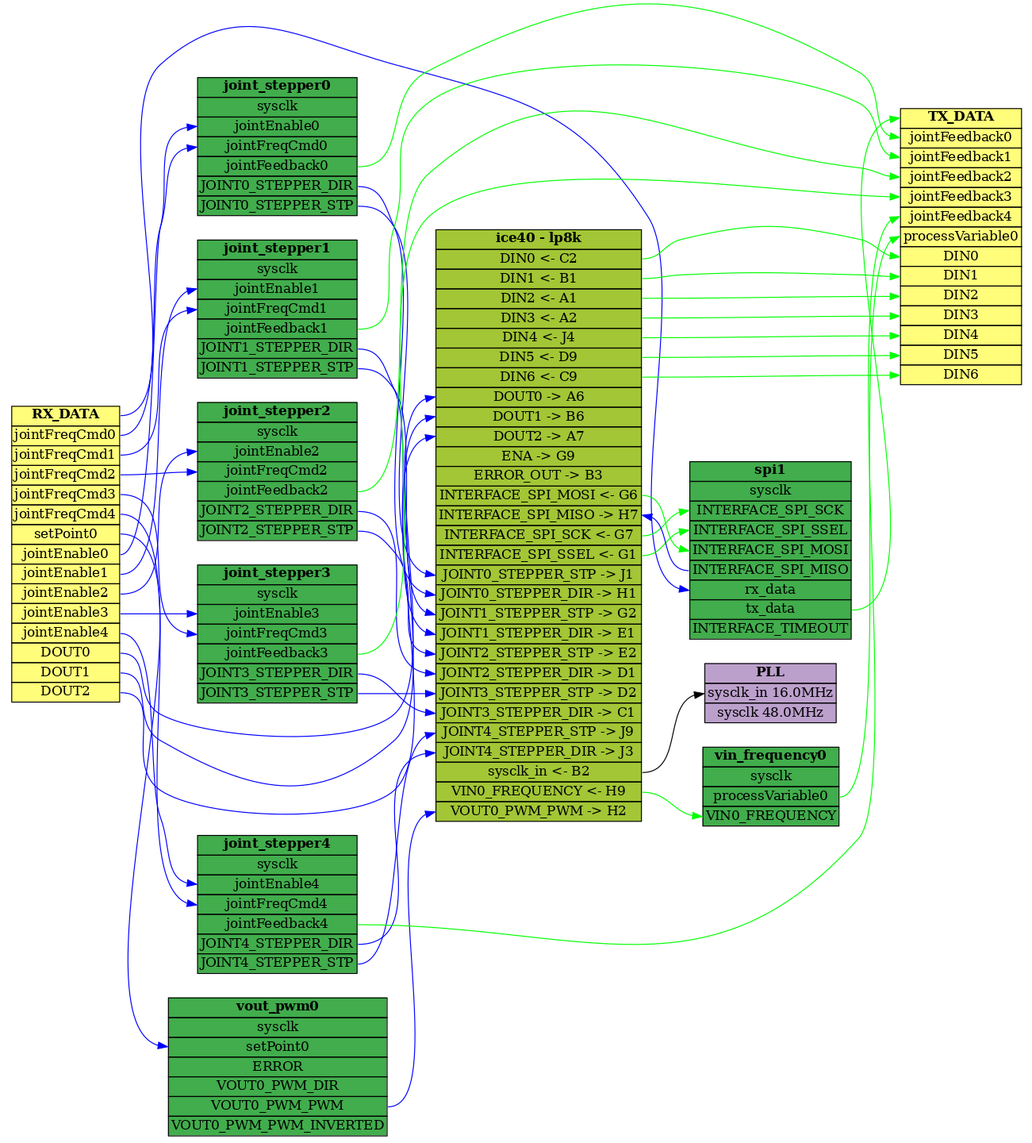
Before: Output/TinyFPGA-BX_BOB/doc/flowchart.png, a diagram exported from Graphviz (multigcs/LinuxCNC-RIO). Its source is kept beside it as Output/TinyFPGA-BX_BOB/doc/flowchart.gv.
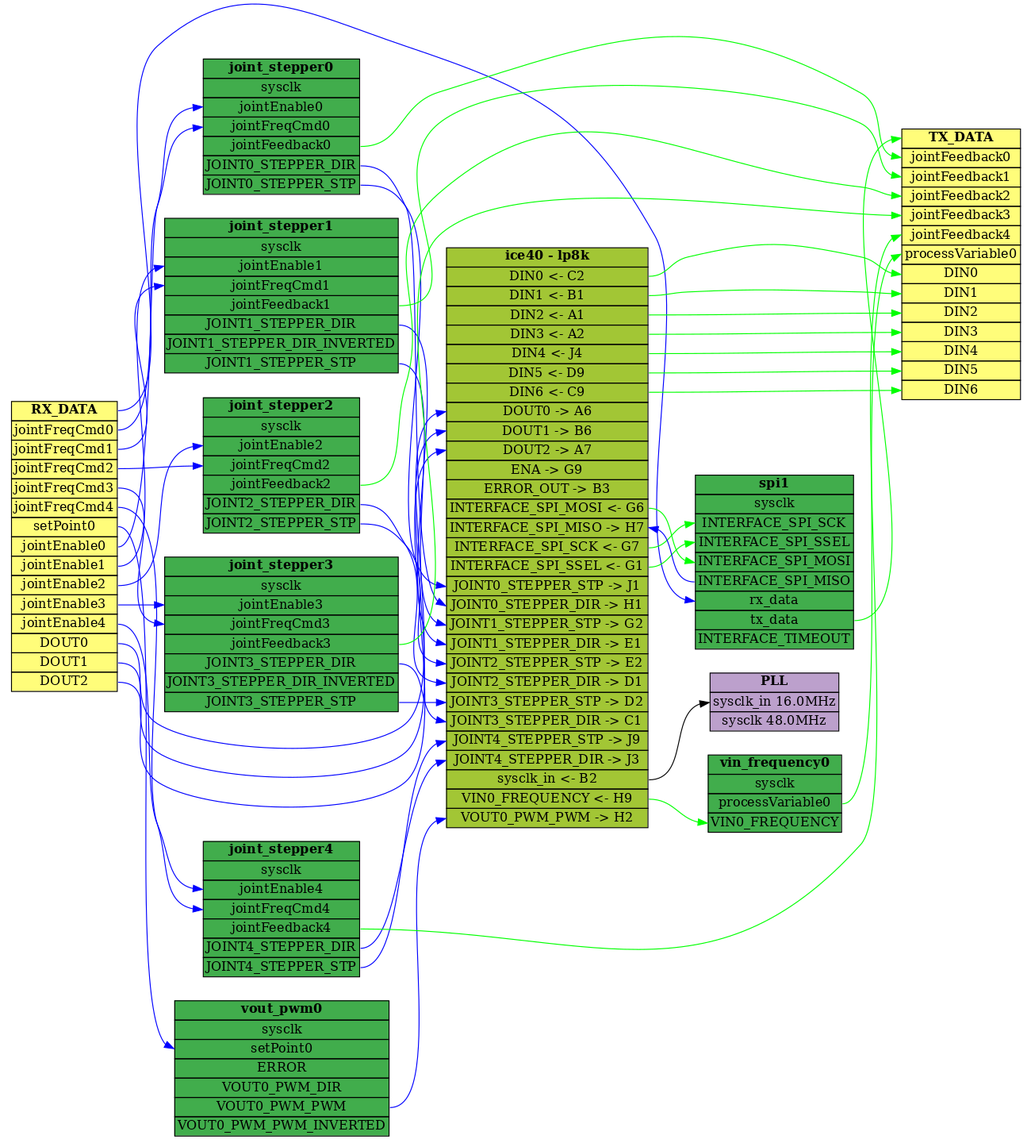
Later version of the same file.

What changed in the source:
```diff
@@ -86,9 +86,9 @@
 	joint_stepper4:JOINT4_STEPPER_STP -> pins:JOINT4_STEPPER_STP [color=blue]
 	joint_stepper4 [label=joint_stepper4]
 	joint_stepper0 [label=<<TABLE bgcolor="#41ad4c" BORDER="0" CELLBORDER="1" CELLSPACING="0"><TR><TD><B>joint_stepper0</B></TD></TR><TR><TD PORT="sysclk">sysclk</TD></TR><TR><TD PORT="jointEnable0">jointEnable0</TD></TR><TR><TD PORT="jointFreqCmd0">jointFreqCmd0</TD></TR><TR><TD PORT="jointFeedback0">jointFeedback0</TD></TR><TR><TD PORT="JOINT0_STEPPER_DIR">JOINT0_STEPPER_DIR</TD></TR><TR><TD PORT="JOINT0_STEPPER_STP">JOINT0_STEPPER_STP</TD></TR></TABLE>>]
-	joint_stepper1 [label=<<TABLE bgcolor="#41ad4c" BORDER="0" CELLBORDER="1" CELLSPACING="0"><TR><TD><B>joint_stepper1</B></TD></TR><TR><TD PORT="sysclk">sysclk</TD></TR><TR><TD PORT="jointEnable1">jointEnable1</TD></TR><TR><TD PORT="jointFreqCmd1">jointFreqCmd1</TD></TR><TR><TD PORT="jointFeedback1">jointFeedback1</TD></TR><TR><TD PORT="JOINT1_STEPPER_DIR">JOINT1_STEPPER_DIR</TD></TR><TR><TD PORT="JOINT1_STEPPER_STP">JOINT1_STEPPER_STP</TD></TR></TABLE>>]
+	joint_stepper1 [label=<<TABLE bgcolor="#41ad4c" BORDER="0" CELLBORDER="1" CELLSPACING="0"><TR><TD><B>joint_stepper1</B></TD></TR><TR><TD PORT="sysclk">sysclk</TD></TR><TR><TD PORT="jointEnable1">jointEnable1</TD></TR><TR><TD PORT="jointFreqCmd1">jointFreqCmd1</TD></TR><TR><TD PORT="jointFeedback1">jointFeedback1</TD></TR><TR><TD PORT="JOINT1_STEPPER_DIR">JOINT1_STEPPER_DIR</TD></TR><TR><TD PORT="JOINT1_STEPPER_DIR_INVERTED">JOINT1_STEPPER_DIR_INVERTED</TD></TR><TR><TD PORT="JOINT1_STEPPER_STP">JOINT1_STEPPER_STP</TD></TR></TABLE>>]
 	joint_stepper2 [label=<<TABLE bgcolor="#41ad4c" BORDER="0" CELLBORDER="1" CELLSPACING="0"><TR><TD><B>joint_stepper2</B></TD></TR><TR><TD PORT="sysclk">sysclk</TD></TR><TR><TD PORT="jointEnable2">jointEnable2</TD></TR><TR><TD PORT="jointFreqCmd2">jointFreqCmd2</TD></TR><TR><TD PORT="jointFeedback2">jointFeedback2</TD></TR><TR><TD PORT="JOINT2_STEPPER_DIR">JOINT2_STEPPER_DIR</TD></TR><TR><TD PORT="JOINT2_STEPPER_STP">JOINT2_STEPPER_STP</TD></TR></TABLE>>]
-	joint_stepper3 [label=<<TABLE bgcolor="#41ad4c" BORDER="0" CELLBORDER="1" CELLSPACING="0"><TR><TD><B>joint_stepper3</B></TD></TR><TR><TD PORT="sysclk">sysclk</TD></TR><TR><TD PORT="jointEnable3">jointEnable3</TD></TR><TR><TD PORT="jointFreqCmd3">jointFreqCmd3</TD></TR><TR><TD PORT="jointFeedback3">jointFeedback3</TD></TR><TR><TD PORT="JOINT3_STEPPER_DIR">JOINT3_STEPPER_DIR</TD></TR><TR><TD PORT="JOINT3_STEPPER_STP">JOINT3_STEPPER_STP</TD></TR></TABLE>>]
+	joint_stepper3 [label=<<TABLE bgcolor="#41ad4c" BORDER="0" CELLBORDER="1" CELLSPACING="0"><TR><TD><B>joint_stepper3</B></TD></TR><TR><TD PORT="sysclk">sysclk</TD></TR><TR><TD PORT="jointEnable3">jointEnable3</TD></TR><TR><TD PORT="jointFreqCmd3">jointFreqCmd3</TD></TR><TR><TD PORT="jointFeedback3">jointFeedback3</TD></TR><TR><TD PORT="JOINT3_STEPPER_DIR">JOINT3_STEPPER_DIR</TD></TR><TR><TD PORT="JOINT3_STEPPER_DIR_INVERTED">JOINT3_STEPPER_DIR_INVERTED</TD></TR><TR><TD PORT="JOINT3_STEPPER_STP">JOINT3_STEPPER_STP</TD></TR></TABLE>>]
 	joint_stepper4 [label=<<TABLE bgcolor="#41ad4c" BORDER="0" CELLBORDER="1" CELLSPACING="0"><TR><TD><B>joint_stepper4</B></TD></TR><TR><TD PORT="sysclk">sysclk</TD></TR><TR><TD PORT="jointEnable4">jointEnable4</TD></TR><TR><TD PORT="jointFreqCmd4">jointFreqCmd4</TD></TR><TR><TD PORT="jointFeedback4">jointFeedback4</TD></TR><TR><TD PORT="JOINT4_STEPPER_DIR">JOINT4_STEPPER_DIR</TD></TR><TR><TD PORT="JOINT4_STEPPER_STP">JOINT4_STEPPER_STP</TD></TR></TABLE>>]
 	spi1 [label=spi1]
 	pins:INTERFACE_SPI_SCK -> spi1:INTERFACE_SPI_SCK [color=green]
```
